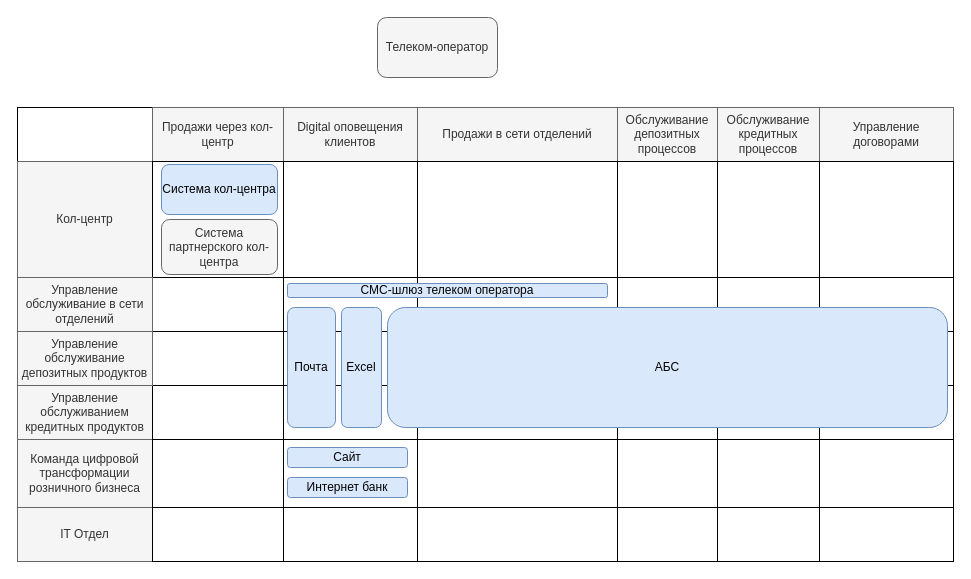
Earlier version of the draw.io diagram page "Карта IT ландшафта" (1 of 2) of Task1/task1.drawio (Ivan-Kozhushko/architecture-sprint-9). Source tidied: cells renumbered, new cells numbered last; positions are measured from the earlier drawing's top-left corner, leaving out a move shared by most shapes. Both pictures are drawn from the tidied source at 100%, with x=0, y=0 at pixel (17, 17).
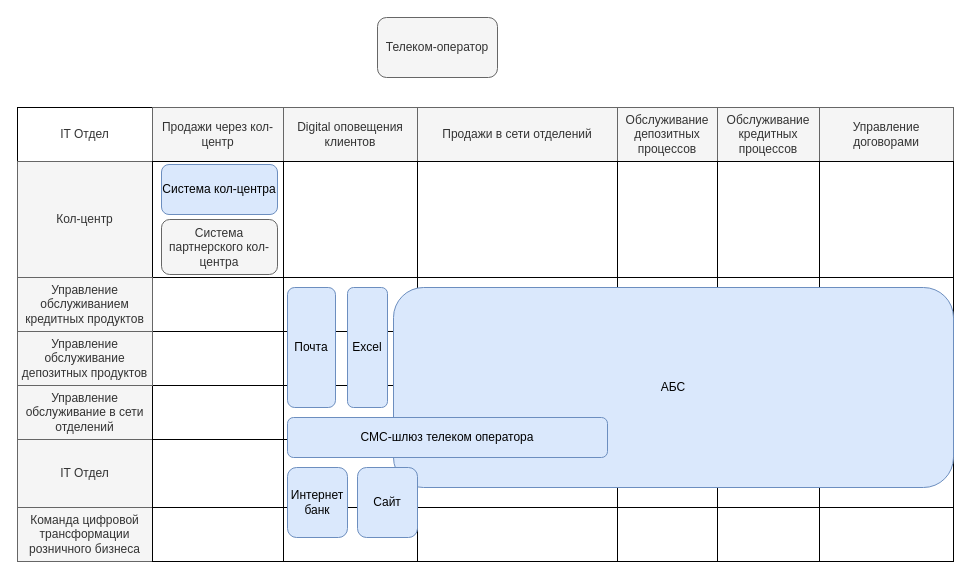
The same diagram, later.

The change refers to these unchanged cells:
```xml
<mxCell id="3" style="shape=tableRow;horizontal=0;startSize=0;swimlaneHead=0;swimlaneBody=0;top=0;left=0;bottom=0;right=0;fontStyle=0;fillColor=none;strokeColor=inherit;" parent="2" vertex="1">
  <mxGeometry width="936" height="54" as="geometry" />
</mxCell>
<mxCell id="35" style="shape=tableRow;horizontal=0;startSize=0;swimlaneHead=0;swimlaneBody=0;top=0;left=0;bottom=0;right=0;fontStyle=0;fillColor=none;strokeColor=inherit;" parent="2" vertex="1">
  <mxGeometry y="278" width="936" height="54" as="geometry" />
</mxCell>
<mxCell id="43" style="shape=tableRow;horizontal=0;startSize=0;swimlaneHead=0;swimlaneBody=0;top=0;left=0;bottom=0;right=0;fontStyle=0;fillColor=none;strokeColor=inherit;" parent="2" vertex="1">
  <mxGeometry y="332" width="936" height="68" as="geometry" />
</mxCell>
<mxCell id="51" style="shape=tableRow;horizontal=0;startSize=0;swimlaneHead=0;swimlaneBody=0;top=0;left=0;bottom=0;right=0;fontStyle=0;fillColor=none;strokeColor=inherit;" parent="2" vertex="1">
  <mxGeometry y="400" width="936" height="54" as="geometry" />
</mxCell>
```

What changed in the source:
```diff
@@
-    <mxCell id="4" style="strokeColor=inherit;fillColor=none;align=center;whiteSpace=wrap;html=1;" parent="3" vertex="1">
+    <mxCell id="4" value="&lt;span style=&quot;color: rgb(51, 51, 51);&quot;&gt;IT Отдел&lt;/span&gt;" style="strokeColor=inherit;fillColor=none;align=center;whiteSpace=wrap;html=1;" parent="3" vertex="1">
       <mxGeometry width="135" height="54" as="geometry" />
     </mxCell>
@@
-    <mxCell id="36" value="Управление обслуживанием кредитных продуктов" style="strokeColor=#666666;fillColor=#f5f5f5;align=center;whiteSpace=wrap;html=1;fontColor=#333333;" parent="35" vertex="1">
+    <mxCell id="36" value="Управление обслуживание в сети отделений" style="strokeColor=#666666;fillColor=#f5f5f5;align=center;whiteSpace=wrap;html=1;fontColor=#333333;" parent="35" vertex="1">
       <mxGeometry width="135" height="54" as="geometry" />
     </mxCell>
@@
-    <mxCell id="44" value="Команда цифровой трансформации розничного бизнеса" style="strokeColor=#666666;fillColor=#f5f5f5;align=center;whiteSpace=wrap;html=1;fontColor=#333333;" parent="43" vertex="1">
+    <mxCell id="44" value="IT Отдел" style="strokeColor=#666666;fillColor=#f5f5f5;align=center;whiteSpace=wrap;html=1;fontColor=#333333;" parent="43" vertex="1">
       <mxGeometry width="135" height="68" as="geometry" />
     </mxCell>
@@
-    <mxCell id="52" value="IT Отдел" style="strokeColor=#666666;fillColor=#f5f5f5;align=center;whiteSpace=wrap;html=1;fontColor=#333333;" parent="51" vertex="1">
+    <mxCell id="52" value="Команда цифровой трансформации розничного бизнеса" style="strokeColor=#666666;fillColor=#f5f5f5;align=center;whiteSpace=wrap;html=1;fontColor=#333333;" parent="51" vertex="1">
       <mxGeometry width="135" height="54" as="geometry" />
     </mxCell>
@@
     <mxCell id="59" value="АБС" style="rounded=1;whiteSpace=wrap;html=1;fillColor=#dae8fc;strokeColor=#6c8ebf;" parent="1" vertex="1">
-      <mxGeometry x="370" y="290" width="560" height="120" as="geometry" />
+      <mxGeometry x="376" y="270" width="560" height="200" as="geometry" />
     </mxCell>
     <mxCell id="60" value="Интернет банк" style="rounded=1;whiteSpace=wrap;html=1;fillColor=#dae8fc;strokeColor=#6c8ebf;" parent="1" vertex="1">
-      <mxGeometry x="270" y="460" width="120" height="20" as="geometry" />
+      <mxGeometry x="270" y="450" width="60" height="70" as="geometry" />
     </mxCell>
@@
     <mxCell id="63" value="СМС-шлюз телеком оператора" style="rounded=1;whiteSpace=wrap;html=1;fillColor=#dae8fc;strokeColor=#6c8ebf;" parent="1" vertex="1">
-      <mxGeometry x="270" y="266" width="320" height="14" as="geometry" />
+      <mxGeometry x="270" y="400" width="320" height="40" as="geometry" />
     </mxCell>
@@
     <mxCell id="65" value="Сайт" style="rounded=1;whiteSpace=wrap;html=1;fillColor=#dae8fc;strokeColor=#6c8ebf;" parent="1" vertex="1">
-      <mxGeometry x="270" y="430" width="120" height="20" as="geometry" />
+      <mxGeometry x="340" y="450" width="60" height="70" as="geometry" />
     </mxCell>
-    <mxCell id="66" value="Управление обслуживание в сети отделений" style="strokeColor=#666666;fillColor=#f5f5f5;align=center;whiteSpace=wrap;html=1;fontColor=#333333;" parent="1" vertex="1">
+    <mxCell id="66" value="Управление обслуживанием кредитных продуктов" style="strokeColor=#666666;fillColor=#f5f5f5;align=center;whiteSpace=wrap;html=1;fontColor=#333333;" parent="1" vertex="1">
       <mxGeometry y="260" width="135" height="54" as="geometry" />
     </mxCell>
@@
     <mxCell id="68" value="Excel" style="rounded=1;whiteSpace=wrap;html=1;fillColor=#dae8fc;strokeColor=#6c8ebf;" parent="1" vertex="1">
-      <mxGeometry x="324" y="290" width="40" height="120" as="geometry" />
+      <mxGeometry x="330" y="270" width="40" height="120" as="geometry" />
     </mxCell>
     <mxCell id="69" value="Почта" style="rounded=1;whiteSpace=wrap;html=1;fillColor=#dae8fc;strokeColor=#6c8ebf;" parent="1" vertex="1">
-      <mxGeometry x="270" y="290" width="48" height="120" as="geometry" />
+      <mxGeometry x="270" y="270" width="48" height="120" as="geometry" />
     </mxCell>
```
